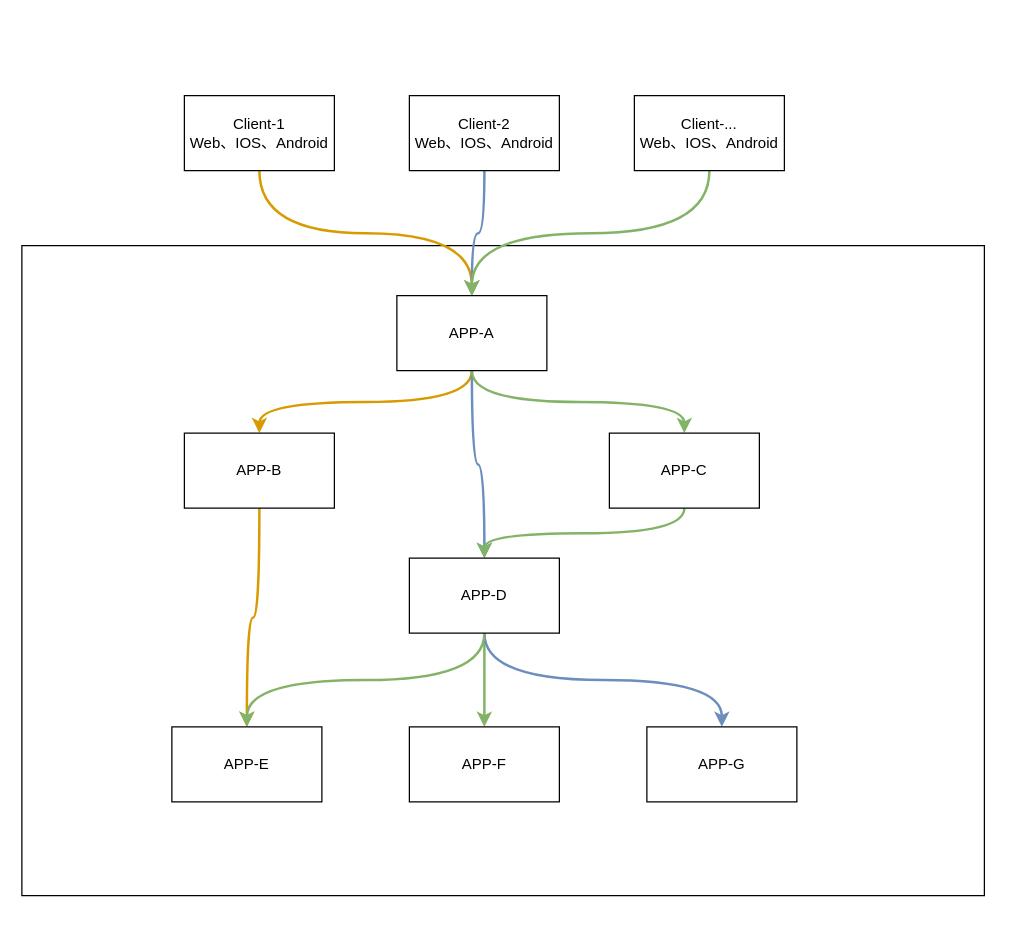
catface996/images keeps this draw.io diagram as 微服务调用链雪崩.drawio. Above is the earlier version. Source tidied: cells renumbered, new cells numbered last; positions are measured from the earlier drawing's top-left corner, leaving out a move shared by most shapes. Both pictures are drawn from the tidied source at 125%, with x=0, y=0 at pixel (21, 95).
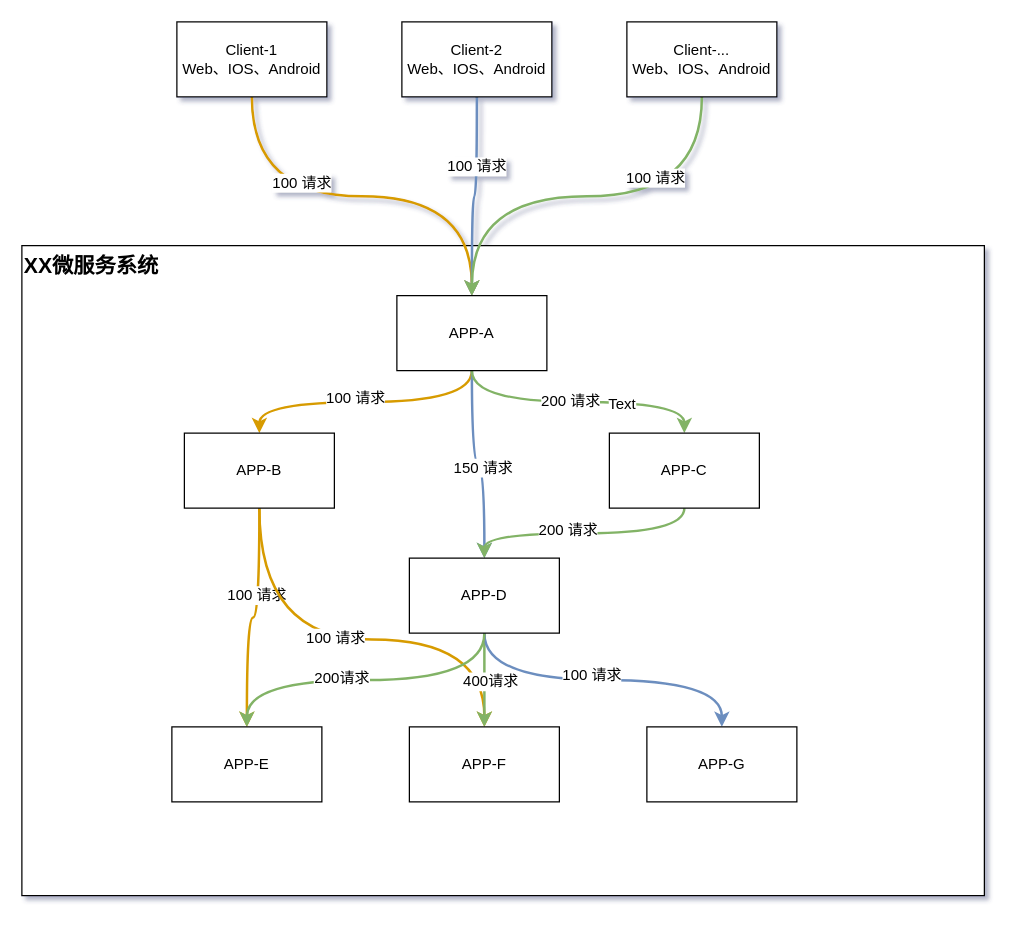
The same diagram, later.

Commit message (it also covers changes not shown here):
更新微服务调用链雪崩.drawio

Unchanged cells that the change refers to:
```xml
<mxCell id="3" style="edgeStyle=orthogonalEdgeStyle;rounded=0;jettySize=auto;html=1;entryX=0.5;entryY=0;entryDx=0;entryDy=0;curved=1;exitX=0.5;exitY=1;exitDx=0;exitDy=0;fillColor=#ffe6cc;strokeColor=#d79b00;strokeWidth=2;" parent="1" edge="1" source="4" target="12">
  <mxGeometry relative="1" as="geometry" />
</mxCell>
<mxCell id="5" style="edgeStyle=orthogonalEdgeStyle;curved=1;rounded=0;jettySize=auto;html=1;entryX=0.5;entryY=0;entryDx=0;entryDy=0;fillColor=#dae8fc;strokeColor=#6c8ebf;strokeWidth=2;" parent="1" edge="1" source="6" target="12">
  <mxGeometry relative="1" as="geometry" />
</mxCell>
<mxCell id="7" style="edgeStyle=orthogonalEdgeStyle;curved=1;rounded=0;jettySize=auto;html=1;entryX=0.5;entryY=0;entryDx=0;entryDy=0;exitX=0.5;exitY=1;exitDx=0;exitDy=0;fillColor=#d5e8d4;strokeColor=#82b366;strokeWidth=2;" parent="1" edge="1" source="8" target="12">
  <mxGeometry relative="1" as="geometry" />
</mxCell>
<mxCell id="9" style="edgeStyle=orthogonalEdgeStyle;curved=1;rounded=0;jettySize=auto;html=1;entryX=0.5;entryY=0;entryDx=0;entryDy=0;exitX=0.5;exitY=1;exitDx=0;exitDy=0;fillColor=#ffe6cc;strokeColor=#d79b00;strokeWidth=2;" parent="1" edge="1" source="12" target="14">
  <mxGeometry relative="1" as="geometry" />
</mxCell>
<mxCell id="10" style="edgeStyle=orthogonalEdgeStyle;curved=1;rounded=0;jettySize=auto;html=1;entryX=0.5;entryY=0;entryDx=0;entryDy=0;fillColor=#dae8fc;strokeColor=#6c8ebf;strokeWidth=2;" parent="1" edge="1" source="12" target="20">
  <mxGeometry relative="1" as="geometry" />
</mxCell>
<mxCell id="11" style="edgeStyle=orthogonalEdgeStyle;curved=1;rounded=0;jettySize=auto;html=1;entryX=0.5;entryY=0;entryDx=0;entryDy=0;exitX=0.5;exitY=1;exitDx=0;exitDy=0;fillColor=#d5e8d4;strokeColor=#82b366;strokeWidth=2;" parent="1" edge="1" source="12" target="16">
  <mxGeometry relative="1" as="geometry" />
</mxCell>
<mxCell id="13" style="edgeStyle=orthogonalEdgeStyle;curved=1;rounded=0;jettySize=auto;html=1;entryX=0.5;entryY=0;entryDx=0;entryDy=0;fillColor=#ffe6cc;strokeColor=#d79b00;strokeWidth=2;" parent="1" edge="1" source="14" target="21">
  <mxGeometry relative="1" as="geometry" />
</mxCell>
<mxCell id="14" value="APP-B" style="rounded=0;whiteSpace=wrap;html=1;" parent="1" vertex="1">
  <mxGeometry x="130" y="270" width="120" height="60" as="geometry" />
</mxCell>
<mxCell id="15" style="edgeStyle=orthogonalEdgeStyle;curved=1;rounded=0;jettySize=auto;html=1;entryX=0.5;entryY=0;entryDx=0;entryDy=0;exitX=0.5;exitY=1;exitDx=0;exitDy=0;fillColor=#d5e8d4;strokeColor=#82b366;strokeWidth=2;" parent="1" edge="1" source="16" target="20">
  <mxGeometry relative="1" as="geometry" />
</mxCell>
<mxCell id="17" style="edgeStyle=orthogonalEdgeStyle;curved=1;rounded=0;jettySize=auto;html=1;entryX=0.5;entryY=0;entryDx=0;entryDy=0;fillColor=#d5e8d4;strokeColor=#82b366;strokeWidth=2;" parent="1" edge="1" source="20" target="22">
  <mxGeometry relative="1" as="geometry" />
</mxCell>
<mxCell id="18" style="edgeStyle=orthogonalEdgeStyle;curved=1;rounded=0;jettySize=auto;html=1;entryX=0.5;entryY=0;entryDx=0;entryDy=0;exitX=0.5;exitY=1;exitDx=0;exitDy=0;fillColor=#dae8fc;strokeColor=#6c8ebf;strokeWidth=2;" parent="1" edge="1" source="20" target="23">
  <mxGeometry relative="1" as="geometry" />
</mxCell>
<mxCell id="19" style="edgeStyle=orthogonalEdgeStyle;curved=1;rounded=0;jettySize=auto;html=1;entryX=0.5;entryY=0;entryDx=0;entryDy=0;strokeWidth=2;exitX=0.5;exitY=1;exitDx=0;exitDy=0;fillColor=#d5e8d4;strokeColor=#82b366;" parent="1" edge="1" source="20" target="21">
  <mxGeometry relative="1" as="geometry" />
</mxCell>
<mxCell id="22" value="APP-F" style="rounded=0;whiteSpace=wrap;html=1;" parent="1" vertex="1">
  <mxGeometry x="310" y="505" width="120" height="60" as="geometry" />
</mxCell>
```

The edit, as a diff of the source:
```diff
@@
-<mxGraphModel>
+<mxGraphModel shadow="1">
@@
-    <mxCell id="2" style="rounded=0;whiteSpace=wrap;html=1;" parent="1" vertex="1">
+    <mxCell id="2" value="XX微服务系统" style="rounded=0;whiteSpace=wrap;html=1;align=left;verticalAlign=top;fontStyle=1;fontSize=17;" parent="1" vertex="1">
       <mxGeometry y="120" width="770" height="520" as="geometry" />
     </mxCell>
@@
+    <mxCell id="24" value="100 请求" style="edgeLabel;html=1;align=center;verticalAlign=middle;fontSize=12;" parent="3" vertex="1">
+      <mxGeometry x="-0.29" y="11" relative="1" as="geometry" />
+    </mxCell>
     <mxCell id="4" value="Client-1&lt;br&gt;Web、IOS、Android" style="rounded=0;whiteSpace=wrap;html=1;" parent="1" vertex="1">
-      <mxGeometry x="130" width="120" height="60" as="geometry" />
+      <mxGeometry x="124" y="-59" width="120" height="60" as="geometry" />
     </mxCell>
@@
+    <mxCell id="25" value="100 请求" style="edgeLabel;html=1;align=center;verticalAlign=middle;fontSize=12;" parent="5" vertex="1">
+      <mxGeometry x="-0.32" y="-1" relative="1" as="geometry" />
+    </mxCell>
     <mxCell id="6" value="Client-2&lt;br&gt;Web、IOS、Android" style="rounded=0;whiteSpace=wrap;html=1;" parent="1" vertex="1">
-      <mxGeometry x="310" width="120" height="60" as="geometry" />
+      <mxGeometry x="304" y="-59" width="120" height="60" as="geometry" />
     </mxCell>
@@
+    <mxCell id="26" value="100 请求" style="edgeLabel;html=1;align=center;verticalAlign=middle;fontSize=12;" parent="7" vertex="1">
+      <mxGeometry x="-0.31" y="-15" relative="1" as="geometry">
+        <mxPoint x="1" as="offset" />
+      </mxGeometry>
+    </mxCell>
     <mxCell id="8" value="Client-...&lt;br&gt;Web、IOS、Android" style="rounded=0;whiteSpace=wrap;html=1;" parent="1" vertex="1">
-      <mxGeometry x="490" width="120" height="60" as="geometry" />
+      <mxGeometry x="484" y="-59" width="120" height="60" as="geometry" />
     </mxCell>
@@
+    <mxCell id="27" value="100 请求" style="edgeLabel;html=1;align=center;verticalAlign=middle;fontSize=12;" parent="9" vertex="1">
+      <mxGeometry x="0.08" y="-4" relative="1" as="geometry" />
+    </mxCell>
@@
+    <mxCell id="28" value="150 请求" style="edgeLabel;html=1;align=center;verticalAlign=middle;fontSize=12;" parent="10" vertex="1">
+      <mxGeometry x="0.09" y="-2" relative="1" as="geometry" />
+    </mxCell>
@@
+    <mxCell id="29" value="200 请求" style="edgeLabel;html=1;align=center;verticalAlign=middle;fontSize=12;" parent="11" vertex="1">
+      <mxGeometry x="-0.06" y="2" relative="1" as="geometry">
+        <mxPoint y="1" as="offset" />
+      </mxGeometry>
+    </mxCell>
+    <mxCell id="30" value="Text" style="edgeLabel;html=1;align=center;verticalAlign=middle;fontSize=12;" parent="11" vertex="1">
+      <mxGeometry x="0.31" relative="1" as="geometry">
+        <mxPoint y="1" as="offset" />
+      </mxGeometry>
+    </mxCell>
@@
+    <mxCell id="31" value="100 请求" style="edgeLabel;html=1;align=center;verticalAlign=middle;fontSize=12;" parent="13" vertex="1">
+      <mxGeometry x="-0.26" y="-3" relative="1" as="geometry">
+        <mxPoint y="1" as="offset" />
+      </mxGeometry>
+    </mxCell>
+    <mxCell id="32" style="edgeStyle=orthogonalEdgeStyle;curved=1;rounded=0;jettySize=auto;html=1;entryX=0.5;entryY=0;entryDx=0;entryDy=0;fontSize=12;strokeWidth=2;exitX=0.5;exitY=1;exitDx=0;exitDy=0;fillColor=#ffe6cc;strokeColor=#d79b00;" parent="1" edge="1" source="14" target="22">
+      <mxGeometry relative="1" as="geometry">
+        <Array as="points">
+          <mxPoint x="190" y="435" />
+          <mxPoint x="370" y="435" />
+        </Array>
+      </mxGeometry>
+    </mxCell>
+    <mxCell id="33" value="100 请求" style="edgeLabel;html=1;align=center;verticalAlign=middle;fontSize=12;" parent="32" vertex="1">
+      <mxGeometry x="-0.07" y="3" relative="1" as="geometry">
+        <mxPoint y="1" as="offset" />
+      </mxGeometry>
+    </mxCell>
@@
+    <mxCell id="34" value="200 请求" style="edgeLabel;html=1;align=center;verticalAlign=middle;fontSize=12;" parent="15" vertex="1">
+      <mxGeometry x="0.14" y="-3" relative="1" as="geometry" />
+    </mxCell>
@@
+    <mxCell id="35" value="400请求" style="edgeLabel;html=1;align=center;verticalAlign=middle;fontSize=12;" parent="17" vertex="1">
+      <mxGeometry x="-0.19" y="1" relative="1" as="geometry">
+        <mxPoint x="3" y="8" as="offset" />
+      </mxGeometry>
+    </mxCell>
@@
+    <mxCell id="36" value="100 请求" style="edgeLabel;html=1;align=center;verticalAlign=middle;fontSize=12;" parent="18" vertex="1">
+      <mxGeometry x="-0.08" y="4" relative="1" as="geometry">
+        <mxPoint x="1" as="offset" />
+      </mxGeometry>
+    </mxCell>
@@
+    <mxCell id="37" value="200请求" style="edgeLabel;html=1;align=center;verticalAlign=middle;fontSize=12;" parent="19" vertex="1">
+      <mxGeometry x="0.15" y="-2" relative="1" as="geometry" />
+    </mxCell>
```
